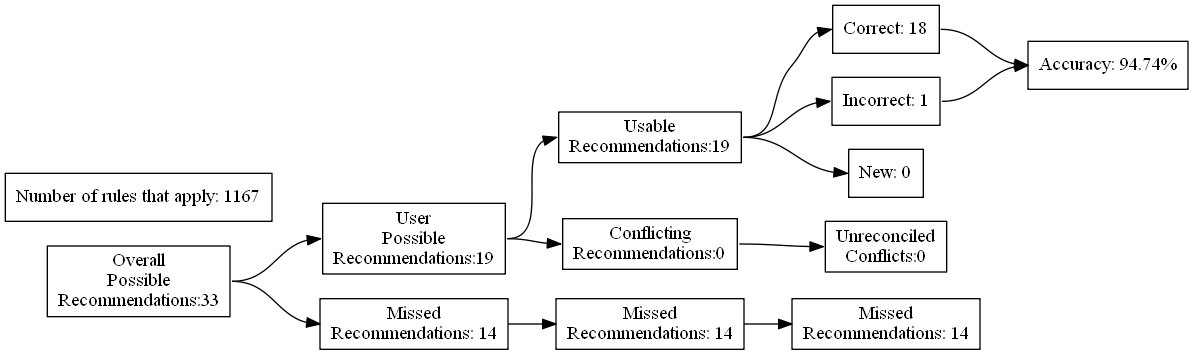
This is test_renders/29.gv.png from ZaxR/ibd_diet_analysis, a Graphviz export, as it was before one commit. Its source is kept beside it as test_renders/29.gv.
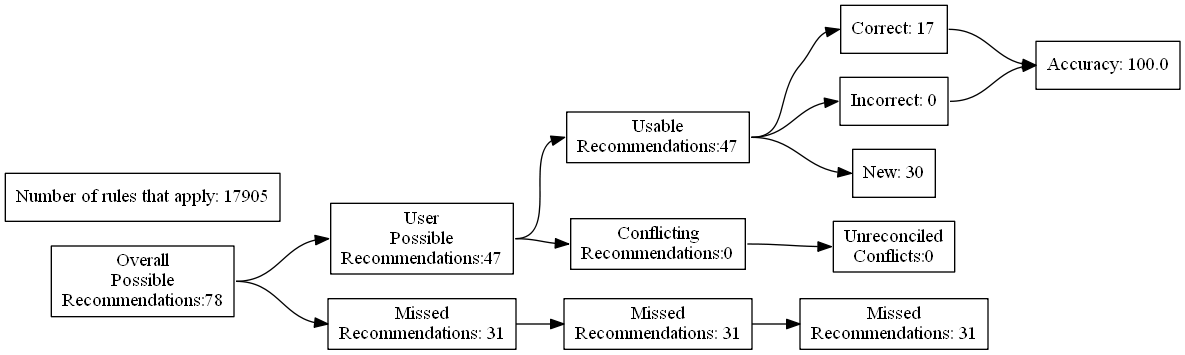
The same diagram one commit later.

Change to the diagram source:
```diff
@@ -4,27 +4,27 @@
 	edge [headport=w tailport=e]
 		A [label="Overall
 Possible
-Recommendations:33"]
+Recommendations:78"]
 		B [label="User
 Possible
-Recommendations:19"]
+Recommendations:47"]
 		C [label="Missed
-Recommendations: 14"]
+Recommendations: 31"]
 		D [label="Usable
-Recommendations:19"]
+Recommendations:47"]
 		E [label="Conflicting
 Recommendations:0"]
 		J [label="Missed
-Recommendations: 14"]
+Recommendations: 31"]
 		M [label="Unreconciled
 Conflicts:0"]
-		F [label="Correct: 18"]
-		G [label="Incorrect: 1"]
-		H [label="New: 0"]
+		F [label="Correct: 17"]
+		G [label="Incorrect: 0"]
+		H [label="New: 30"]
 		K [label="Missed
-Recommendations: 14"]
-		I [label="Accuracy: 94.74%"]
-		l [label="Number of rules that apply: 1167"]
+Recommendations: 31"]
+		I [label="Accuracy: 100.0"]
+		l [label="Number of rules that apply: 17905"]
 			A -> B
 			A -> C
 			B -> D
```
